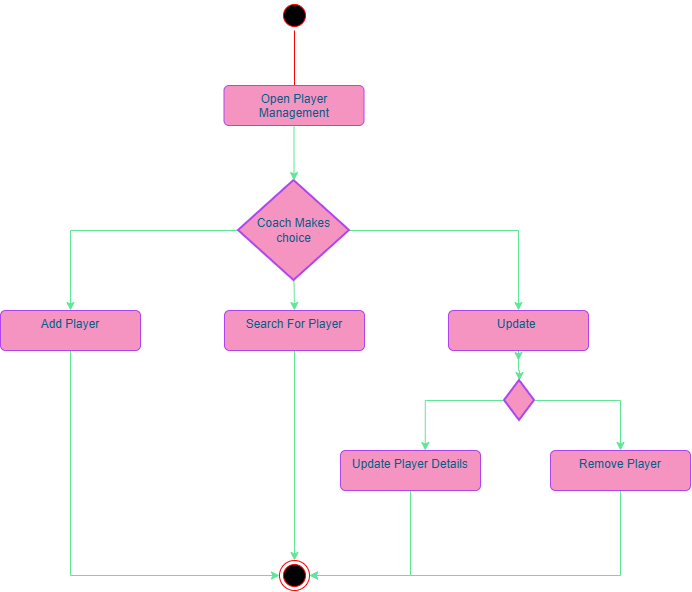
This is documentation/Activity Diagrams/PMActivityDiagramV1.drawio.png from oTino-oo/RugbyIQ, a draw.io export, as it was before one commit. Source tidied: cells renumbered, new cells last; positions are measured from the earlier drawing's top-left corner, leaving out a move shared by most shapes.
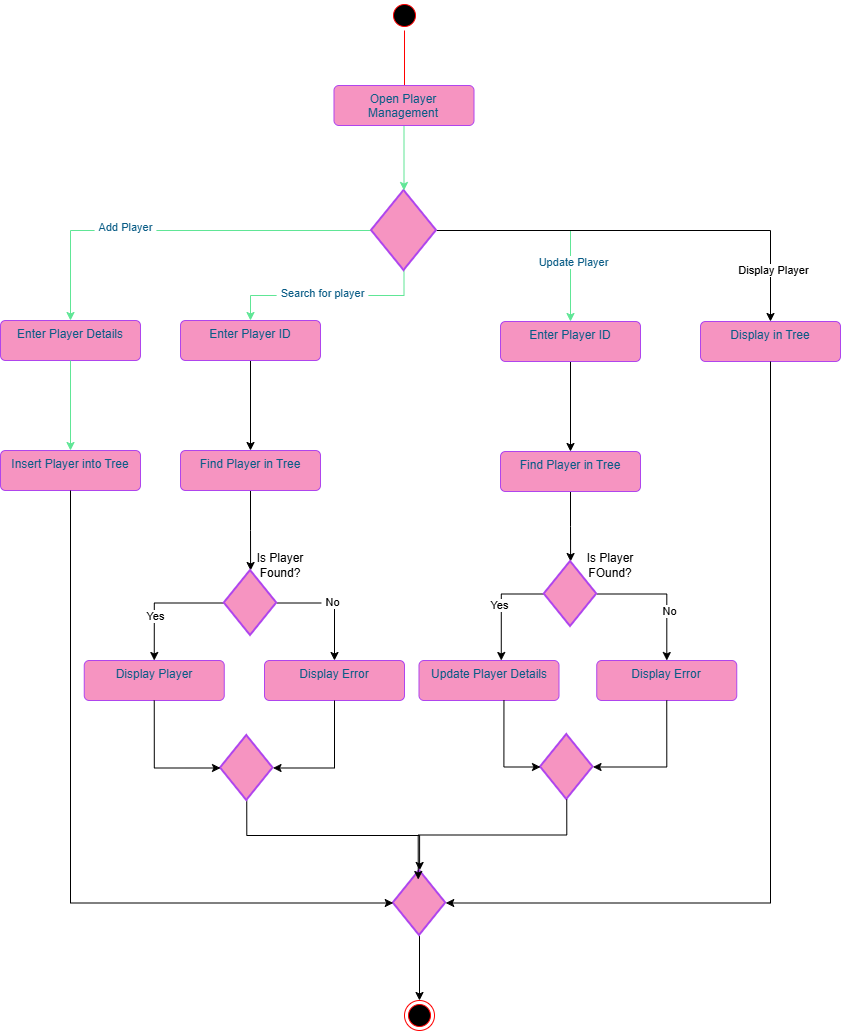
Later version of the same file.

The edit, as a diff of the source:
```diff
@@ -13,49 +13,44 @@
     <mxCell id="4" style="edgeStyle=orthogonalEdgeStyle;rounded=0;jettySize=auto;html=1;exitX=0;exitY=0.5;exitDx=0;exitDy=0;exitPerimeter=0;entryX=0.5;entryY=0;entryDx=0;entryDy=0;strokeColor=#60E696;fontColor=#095C86;defaultLabelBackgroundColor=page;labelPadding=0 4;fillColor=#F694C1;" parent="1" edge="1" source="7" target="15">
       <mxGeometry relative="1" as="geometry" />
     </mxCell>
+    <mxCell id="25" value="Add Player" style="edgeLabel;html=1;align=center;verticalAlign=middle;inheritText=1;fontColor=#095C86;defaultLabelBackgroundColor=page;labelPadding=0 4;" parent="4" vertex="1">
+      <mxGeometry x="0.26" y="-4" relative="1" as="geometry" />
+    </mxCell>
     <mxCell id="5" style="edgeStyle=orthogonalEdgeStyle;rounded=0;jettySize=auto;html=1;exitX=0.5;exitY=1;exitDx=0;exitDy=0;exitPerimeter=0;entryX=0.5;entryY=0;entryDx=0;entryDy=0;strokeColor=#60E696;fontColor=#095C86;defaultLabelBackgroundColor=page;labelPadding=0 4;fillColor=#F694C1;" parent="1" edge="1" source="7" target="9">
       <mxGeometry relative="1" as="geometry" />
     </mxCell>
+    <mxCell id="26" value="Search for player" style="edgeLabel;html=1;align=center;verticalAlign=middle;inheritText=1;fontColor=#095C86;defaultLabelBackgroundColor=page;labelPadding=0 4;" parent="5" vertex="1">
+      <mxGeometry x="0.05" y="-3" relative="1" as="geometry" />
+    </mxCell>
     <mxCell id="6" style="edgeStyle=orthogonalEdgeStyle;rounded=0;jettySize=auto;html=1;exitX=1;exitY=0.5;exitDx=0;exitDy=0;exitPerimeter=0;strokeColor=#60E696;fontColor=#095C86;defaultLabelBackgroundColor=page;labelPadding=0 4;fillColor=#F694C1;" parent="1" edge="1" source="7" target="18">
       <mxGeometry relative="1" as="geometry" />
     </mxCell>
+    <mxCell id="27" value="Update Player" style="edgeLabel;html=1;align=center;verticalAlign=middle;inheritText=1;fontColor=#095C86;defaultLabelBackgroundColor=page;labelPadding=0 4;" parent="6" vertex="1">
+      <mxGeometry x="0.47" y="3" relative="1" as="geometry" />
+    </mxCell>
+    <mxCell id="28" style="edgeStyle=orthogonalEdgeStyle;rounded=0;jettySize=auto;html=1;exitX=1;exitY=0.5;exitDx=0;exitDy=0;exitPerimeter=0;defaultLabelBackgroundColor=page;labelPadding=0 4;" parent="1" edge="1" source="7" target="32">
+      <mxGeometry x="-0.63" relative="1" as="geometry" />
+    </mxCell>
+    <mxCell id="29" value="Display Player" style="edgeLabel;html=1;align=center;verticalAlign=middle;inheritText=1;defaultLabelBackgroundColor=page;labelPadding=0 4;" parent="28" vertex="1">
+      <mxGeometry x="0.75" y="2" relative="1" as="geometry" />
+    </mxCell>
-    <mxCell id="7" value="Coach Makes choice" style="strokeWidth=2;html=1;shape=mxgraph.flowchart.decision;whiteSpace=wrap;strokeColor=#AF45ED;fontColor=#095C86;fillColor=#F694C1;" parent="1" vertex="1">
-      <mxGeometry x="238" y="180" width="111" height="100" as="geometry" />
+    <mxCell id="7" style="strokeWidth=2;html=1;shape=mxgraph.flowchart.decision;whiteSpace=wrap;strokeColor=#AF45ED;fontColor=#095C86;fillColor=#F694C1;" parent="1" vertex="1">
+      <mxGeometry x="261" y="190" width="65" height="80" as="geometry" />
     </mxCell>
-    <mxCell id="8" style="edgeStyle=orthogonalEdgeStyle;rounded=0;jettySize=auto;html=1;exitX=0.5;exitY=1;exitDx=0;exitDy=0;entryX=0.5;entryY=0;entryDx=0;entryDy=0;strokeColor=#60E696;fontColor=#095C86;defaultLabelBackgroundColor=page;labelPadding=0 4;fillColor=#F694C1;" parent="1" edge="1" source="9" target="24">
-      <mxGeometry relative="1" as="geometry" />
-    </mxCell>
+    <mxCell id="30" style="edgeStyle=orthogonalEdgeStyle;rounded=0;jettySize=auto;html=1;exitX=0.5;exitY=1;exitDx=0;exitDy=0;entryX=0.5;entryY=0;entryDx=0;entryDy=0;defaultLabelBackgroundColor=page;labelPadding=0 4;" parent="1" edge="1" source="9" target="36">
+      <mxGeometry relative="1" as="geometry" />
+    </mxCell>
-    <mxCell id="9" value="Search For Player" style="html=1;align=center;verticalAlign=top;rounded=1;absoluteArcSize=1;arcSize=10;dashed=0;whiteSpace=wrap;roundedPerimeter=1;strokeColor=#AF45ED;fontColor=#095C86;fillColor=#F694C1;" parent="1" vertex="1">
-      <mxGeometry x="224" y="310" width="140" height="40" as="geometry" />
+    <mxCell id="9" value="Enter Player ID" style="html=1;align=center;verticalAlign=top;rounded=1;absoluteArcSize=1;arcSize=10;dashed=0;whiteSpace=wrap;roundedPerimeter=1;strokeColor=#AF45ED;fontColor=#095C86;fillColor=#F694C1;" parent="1" vertex="1">
+      <mxGeometry x="70" y="320" width="140" height="40" as="geometry" />
     </mxCell>
-    <mxCell id="10" style="edgeStyle=orthogonalEdgeStyle;rounded=0;jettySize=auto;html=1;exitX=0.5;exitY=1;exitDx=0;exitDy=0;entryX=1;entryY=0.5;entryDx=0;entryDy=0;strokeColor=#60E696;fontColor=#095C86;defaultLabelBackgroundColor=page;labelPadding=0 4;fillColor=#F694C1;" parent="1" edge="1" source="11" target="24">
-      <mxGeometry relative="1" as="geometry" />
-    </mxCell>
-    <mxCell id="11" value="Update Player Details" style="html=1;align=center;verticalAlign=top;rounded=1;absoluteArcSize=1;arcSize=10;dashed=0;whiteSpace=wrap;roundedPerimeter=1;strokeColor=#AF45ED;fontColor=#095C86;fillColor=#F694C1;" parent="1" vertex="1">
-      <mxGeometry x="340" y="450" width="140" height="40" as="geometry" />
-    </mxCell>
-    <mxCell id="12" style="edgeStyle=orthogonalEdgeStyle;rounded=0;jettySize=auto;html=1;exitX=0.5;exitY=1;exitDx=0;exitDy=0;entryX=1;entryY=0.5;entryDx=0;entryDy=0;strokeColor=#60E696;fontColor=#095C86;defaultLabelBackgroundColor=page;labelPadding=0 4;fillColor=#F694C1;" parent="1" edge="1" source="13" target="24">
-      <mxGeometry relative="1" as="geometry" />
-    </mxCell>
-    <mxCell id="13" value="Remove Player" style="html=1;align=center;verticalAlign=top;rounded=1;absoluteArcSize=1;arcSize=10;dashed=0;whiteSpace=wrap;roundedPerimeter=1;strokeColor=#AF45ED;fontColor=#095C86;fillColor=#F694C1;" parent="1" vertex="1">
-      <mxGeometry x="550" y="450" width="140" height="40" as="geometry" />
-    </mxCell>
-    <mxCell id="14" style="edgeStyle=orthogonalEdgeStyle;rounded=0;jettySize=auto;html=1;exitX=0.5;exitY=1;exitDx=0;exitDy=0;entryX=0;entryY=0.5;entryDx=0;entryDy=0;strokeColor=#60E696;fontColor=#095C86;defaultLabelBackgroundColor=page;labelPadding=0 4;fillColor=#F694C1;" parent="1" edge="1" source="15" target="24">
-      <mxGeometry relative="1" as="geometry" />
-    </mxCell>
-    <mxCell id="15" value="Add Player" style="html=1;align=center;verticalAlign=top;rounded=1;absoluteArcSize=1;arcSize=10;dashed=0;whiteSpace=wrap;roundedPerimeter=1;strokeColor=#AF45ED;fontColor=#095C86;fillColor=#F694C1;" parent="1" vertex="1">
-      <mxGeometry y="310" width="140" height="40" as="geometry" />
+    <mxCell id="15" value="Enter Player Details" style="html=1;align=center;verticalAlign=top;rounded=1;absoluteArcSize=1;arcSize=10;dashed=0;whiteSpace=wrap;roundedPerimeter=1;strokeColor=#AF45ED;fontColor=#095C86;fillColor=#F694C1;" parent="1" vertex="1">
+      <mxGeometry x="-110" y="320" width="140" height="40" as="geometry" />
     </mxCell>
-    <mxCell id="16" style="edgeStyle=orthogonalEdgeStyle;rounded=0;jettySize=auto;html=1;exitX=0.5;exitY=1;exitDx=0;exitDy=0;strokeColor=#60E696;fontColor=#095C86;defaultLabelBackgroundColor=page;labelPadding=0 4;fillColor=#F694C1;" parent="1" edge="1" source="18">
-      <mxGeometry relative="1" as="geometry">
-        <mxPoint x="518" y="360" as="targetPoint" />
-      </mxGeometry>
-    </mxCell>
-    <mxCell id="17" style="edgeStyle=orthogonalEdgeStyle;rounded=0;jettySize=auto;html=1;exitX=0.5;exitY=1;exitDx=0;exitDy=0;strokeColor=#60E696;fontColor=#095C86;defaultLabelBackgroundColor=page;labelPadding=0 4;fillColor=#F694C1;" parent="1" edge="1" source="18" target="23">
-      <mxGeometry relative="1" as="geometry" />
-    </mxCell>
+    <mxCell id="31" style="edgeStyle=orthogonalEdgeStyle;rounded=0;jettySize=auto;html=1;exitX=0.5;exitY=1;exitDx=0;exitDy=0;entryX=0.5;entryY=0;entryDx=0;entryDy=0;defaultLabelBackgroundColor=page;labelPadding=0 4;" parent="1" edge="1" source="18" target="49">
+      <mxGeometry relative="1" as="geometry" />
+    </mxCell>
-    <mxCell id="18" value="Update&amp;nbsp;" style="html=1;align=center;verticalAlign=top;rounded=1;absoluteArcSize=1;arcSize=10;dashed=0;whiteSpace=wrap;roundedPerimeter=1;strokeColor=#AF45ED;fontColor=#095C86;fillColor=#F694C1;" parent="1" vertex="1">
-      <mxGeometry x="448" y="310" width="140" height="40" as="geometry" />
+    <mxCell id="18" value="Enter Player ID" style="html=1;align=center;verticalAlign=top;rounded=1;absoluteArcSize=1;arcSize=10;dashed=0;whiteSpace=wrap;roundedPerimeter=1;strokeColor=#AF45ED;fontColor=#095C86;fillColor=#F694C1;" parent="1" vertex="1">
+      <mxGeometry x="390" y="321" width="140" height="40" as="geometry" />
     </mxCell>
     <mxCell id="19" style="edgeStyle=orthogonalEdgeStyle;rounded=0;jettySize=auto;html=1;exitX=0.5;exitY=1;exitDx=0;exitDy=0;strokeColor=#60E696;fontColor=#095C86;defaultLabelBackgroundColor=page;labelPadding=0 4;fillColor=#F694C1;" parent="1" edge="1" source="20" target="7">
       <mxGeometry relative="1" as="geometry" />
@@ -63,17 +58,113 @@
     <mxCell id="20" value="Open Player Management" style="html=1;align=center;verticalAlign=top;rounded=1;absoluteArcSize=1;arcSize=10;dashed=0;whiteSpace=wrap;roundedPerimeter=1;strokeColor=#AF45ED;fontColor=#095C86;fillColor=#F694C1;" parent="1" vertex="1">
       <mxGeometry x="223.5" y="85" width="140" height="40" as="geometry" />
     </mxCell>
-    <mxCell id="21" style="edgeStyle=orthogonalEdgeStyle;rounded=0;jettySize=auto;html=1;exitX=0;exitY=0.5;exitDx=0;exitDy=0;exitPerimeter=0;entryX=0.597;entryY=0.04;entryDx=0;entryDy=0;strokeColor=#60E696;fontColor=#095C86;defaultLabelBackgroundColor=page;labelPadding=0 4;fillColor=#F694C1;" parent="1" edge="1" source="23" target="11">
-      <mxGeometry relative="1" as="geometry" />
-    </mxCell>
-    <mxCell id="22" style="edgeStyle=orthogonalEdgeStyle;rounded=0;jettySize=auto;html=1;exitX=1;exitY=0.5;exitDx=0;exitDy=0;exitPerimeter=0;strokeColor=#60E696;fontColor=#095C86;defaultLabelBackgroundColor=page;labelPadding=0 4;fillColor=#F694C1;" parent="1" edge="1" source="23" target="13">
-      <mxGeometry relative="1" as="geometry" />
-    </mxCell>
-    <mxCell id="23" style="strokeWidth=2;html=1;shape=mxgraph.flowchart.decision;whiteSpace=wrap;strokeColor=#AF45ED;fontColor=#095C86;fillColor=#F694C1;" parent="1" vertex="1">
-      <mxGeometry x="504" y="380" width="30" height="40" as="geometry" />
-    </mxCell>
     <mxCell id="24" style="ellipse;html=1;shape=endState;fillColor=#000000;strokeColor=#ff0000;fontColor=#095C86;" parent="1" vertex="1">
-      <mxGeometry x="279" y="560" width="30" height="30" as="geometry" />
+      <mxGeometry x="294" y="1000" width="30" height="30" as="geometry" />
     </mxCell>
+    <mxCell id="32" value="Display in Tree" style="html=1;align=center;verticalAlign=top;rounded=1;absoluteArcSize=1;arcSize=10;dashed=0;whiteSpace=wrap;roundedPerimeter=1;strokeColor=#AF45ED;fontColor=#095C86;fillColor=#F694C1;" parent="1" vertex="1">
+      <mxGeometry x="590" y="321" width="140" height="40" as="geometry" />
+    </mxCell>
+    <mxCell id="33" style="edgeStyle=orthogonalEdgeStyle;rounded=0;jettySize=auto;html=1;exitX=0.5;exitY=1;exitDx=0;exitDy=0;strokeColor=#60E696;fontColor=#095C86;defaultLabelBackgroundColor=page;labelPadding=0 4;fillColor=#F694C1;" parent="1" edge="1" source="15" target="34">
+      <mxGeometry relative="1" as="geometry" />
+    </mxCell>
+    <mxCell id="34" value="Insert Player into Tree" style="html=1;align=center;verticalAlign=top;rounded=1;absoluteArcSize=1;arcSize=10;dashed=0;whiteSpace=wrap;roundedPerimeter=1;strokeColor=#AF45ED;fontColor=#095C86;fillColor=#F694C1;" parent="1" vertex="1">
+      <mxGeometry x="-110" y="450" width="140" height="40" as="geometry" />
+    </mxCell>
+    <mxCell id="35" style="edgeStyle=orthogonalEdgeStyle;rounded=0;jettySize=auto;html=1;defaultLabelBackgroundColor=page;labelPadding=0 4;" parent="1" edge="1" source="36" target="41">
+      <mxGeometry relative="1" as="geometry" />
+    </mxCell>
+    <mxCell id="36" value="Find Player in Tree" style="html=1;align=center;verticalAlign=top;rounded=1;absoluteArcSize=1;arcSize=10;dashed=0;whiteSpace=wrap;roundedPerimeter=1;strokeColor=#AF45ED;fontColor=#095C86;fillColor=#F694C1;" parent="1" vertex="1">
+      <mxGeometry x="70" y="450" width="140" height="40" as="geometry" />
+    </mxCell>
+    <mxCell id="37" style="edgeStyle=orthogonalEdgeStyle;rounded=0;jettySize=auto;html=1;exitX=0;exitY=0.5;exitDx=0;exitDy=0;exitPerimeter=0;entryX=0.5;entryY=0;entryDx=0;entryDy=0;defaultLabelBackgroundColor=page;labelPadding=0 4;" parent="1" edge="1" source="41" target="42">
+      <mxGeometry relative="1" as="geometry" />
+    </mxCell>
+    <mxCell id="38" value="Yes" style="edgeLabel;html=1;align=center;verticalAlign=middle;inheritText=1;defaultLabelBackgroundColor=page;labelPadding=0 4;" parent="37" vertex="1">
+      <mxGeometry x="0.31" y="1" relative="1" as="geometry" />
+    </mxCell>
+    <mxCell id="39" style="edgeStyle=orthogonalEdgeStyle;rounded=0;jettySize=auto;html=1;exitX=1;exitY=0.5;exitDx=0;exitDy=0;exitPerimeter=0;entryX=0.5;entryY=0;entryDx=0;entryDy=0;defaultLabelBackgroundColor=page;labelPadding=0 4;" parent="1" edge="1" source="41" target="43">
+      <mxGeometry relative="1" as="geometry" />
+    </mxCell>
+    <mxCell id="40" value="No" style="edgeLabel;html=1;align=center;verticalAlign=middle;inheritText=1;defaultLabelBackgroundColor=page;labelPadding=0 4;" parent="39" vertex="1">
+      <mxGeometry x="-0.04" y="1" relative="1" as="geometry" />
+    </mxCell>
+    <mxCell id="41" style="strokeWidth=2;html=1;shape=mxgraph.flowchart.decision;whiteSpace=wrap;strokeColor=#AF45ED;fontColor=#095C86;fillColor=#F694C1;" parent="1" vertex="1">
+      <mxGeometry x="113.8" y="570" width="52.5" height="65" as="geometry" />
+    </mxCell>
+    <mxCell id="42" value="Display Player" style="html=1;align=center;verticalAlign=top;rounded=1;absoluteArcSize=1;arcSize=10;dashed=0;whiteSpace=wrap;roundedPerimeter=1;strokeColor=#AF45ED;fontColor=#095C86;fillColor=#F694C1;" parent="1" vertex="1">
+      <mxGeometry x="-26.2" y="660" width="140" height="40" as="geometry" />
+    </mxCell>
+    <mxCell id="43" value="Display Error" style="html=1;align=center;verticalAlign=top;rounded=1;absoluteArcSize=1;arcSize=10;dashed=0;whiteSpace=wrap;roundedPerimeter=1;strokeColor=#AF45ED;fontColor=#095C86;fillColor=#F694C1;" parent="1" vertex="1">
+      <mxGeometry x="154" y="660" width="140" height="40" as="geometry" />
+    </mxCell>
+    <mxCell id="44" style="edgeStyle=orthogonalEdgeStyle;rounded=0;jettySize=auto;html=1;exitX=0.5;exitY=1;exitDx=0;exitDy=0;exitPerimeter=0;defaultLabelBackgroundColor=page;labelPadding=0 4;" parent="1" edge="1" source="45" target="62">
+      <mxGeometry relative="1" as="geometry" />
+    </mxCell>
+    <mxCell id="45" style="strokeWidth=2;html=1;shape=mxgraph.flowchart.decision;whiteSpace=wrap;strokeColor=#AF45ED;fontColor=#095C86;fillColor=#F694C1;" parent="1" vertex="1">
+      <mxGeometry x="110" y="735" width="52.5" height="65" as="geometry" />
+    </mxCell>
+    <mxCell id="46" style="edgeStyle=orthogonalEdgeStyle;rounded=0;jettySize=auto;html=1;exitX=0.5;exitY=1;exitDx=0;exitDy=0;entryX=0;entryY=0.5;entryDx=0;entryDy=0;entryPerimeter=0;defaultLabelBackgroundColor=page;labelPadding=0 4;" parent="1" edge="1" source="42" target="45">
+      <mxGeometry relative="1" as="geometry" />
+    </mxCell>
+    <mxCell id="47" style="edgeStyle=orthogonalEdgeStyle;rounded=0;jettySize=auto;html=1;exitX=0.5;exitY=1;exitDx=0;exitDy=0;entryX=1;entryY=0.5;entryDx=0;entryDy=0;entryPerimeter=0;defaultLabelBackgroundColor=page;labelPadding=0 4;" parent="1" edge="1" source="43" target="45">
+      <mxGeometry relative="1" as="geometry" />
+    </mxCell>
+    <mxCell id="48" style="edgeStyle=orthogonalEdgeStyle;rounded=0;jettySize=auto;html=1;defaultLabelBackgroundColor=page;labelPadding=0 4;" parent="1" edge="1" source="49" target="54">
+      <mxGeometry relative="1" as="geometry" />
+    </mxCell>
+    <mxCell id="49" value="Find Player in Tree" style="html=1;align=center;verticalAlign=top;rounded=1;absoluteArcSize=1;arcSize=10;dashed=0;whiteSpace=wrap;roundedPerimeter=1;strokeColor=#AF45ED;fontColor=#095C86;fillColor=#F694C1;" parent="1" vertex="1">
+      <mxGeometry x="390" y="451" width="140" height="40" as="geometry" />
+    </mxCell>
+    <mxCell id="50" style="edgeStyle=orthogonalEdgeStyle;rounded=0;jettySize=auto;html=1;exitX=1;exitY=0.5;exitDx=0;exitDy=0;exitPerimeter=0;defaultLabelBackgroundColor=page;labelPadding=0 4;" parent="1" edge="1" source="54" target="55">
+      <mxGeometry relative="1" as="geometry" />
+    </mxCell>
+    <mxCell id="51" value="No" style="edgeLabel;html=1;align=center;verticalAlign=middle;inheritText=1;defaultLabelBackgroundColor=page;labelPadding=0 4;" parent="50" vertex="1">
+      <mxGeometry x="0.27" y="2" relative="1" as="geometry" />
+    </mxCell>
+    <mxCell id="52" style="edgeStyle=orthogonalEdgeStyle;rounded=0;jettySize=auto;html=1;exitX=0;exitY=0.5;exitDx=0;exitDy=0;exitPerimeter=0;entryX=0.585;entryY=0.015;entryDx=0;entryDy=0;defaultLabelBackgroundColor=page;labelPadding=0 4;" parent="1" edge="1" source="54" target="11">
+      <mxGeometry relative="1" as="geometry" />
+    </mxCell>
+    <mxCell id="53" value="Yes" style="edgeLabel;html=1;align=center;verticalAlign=middle;inheritText=1;defaultLabelBackgroundColor=page;labelPadding=0 4;" parent="52" vertex="1">
+      <mxGeometry x="-0.01" y="-2" relative="1" as="geometry" />
+    </mxCell>
+    <mxCell id="54" style="strokeWidth=2;html=1;shape=mxgraph.flowchart.decision;whiteSpace=wrap;strokeColor=#AF45ED;fontColor=#095C86;fillColor=#F694C1;" parent="1" vertex="1">
+      <mxGeometry x="433.8" y="561" width="52.5" height="65" as="geometry" />
+    </mxCell>
+    <mxCell id="55" value="Display Error" style="html=1;align=center;verticalAlign=top;rounded=1;absoluteArcSize=1;arcSize=10;dashed=0;whiteSpace=wrap;roundedPerimeter=1;strokeColor=#AF45ED;fontColor=#095C86;fillColor=#F694C1;" parent="1" vertex="1">
+      <mxGeometry x="486.2" y="660" width="140" height="40" as="geometry" />
+    </mxCell>
+    <mxCell id="56" style="strokeWidth=2;html=1;shape=mxgraph.flowchart.decision;whiteSpace=wrap;strokeColor=#AF45ED;fontColor=#095C86;fillColor=#F694C1;" parent="1" vertex="1">
+      <mxGeometry x="430" y="734" width="52.5" height="65" as="geometry" />
+    </mxCell>
+    <mxCell id="57" style="edgeStyle=orthogonalEdgeStyle;rounded=0;jettySize=auto;html=1;exitX=0.5;exitY=1;exitDx=0;exitDy=0;entryX=1;entryY=0.5;entryDx=0;entryDy=0;entryPerimeter=0;defaultLabelBackgroundColor=page;labelPadding=0 4;" parent="1" edge="1" source="55" target="56">
+      <mxGeometry relative="1" as="geometry" />
+    </mxCell>
+    <mxCell id="11" value="Update Player Details" style="html=1;align=center;verticalAlign=top;rounded=1;absoluteArcSize=1;arcSize=10;dashed=0;whiteSpace=wrap;roundedPerimeter=1;strokeColor=#AF45ED;fontColor=#095C86;fillColor=#F694C1;" parent="1" vertex="1">
+      <mxGeometry x="308.5" y="660" width="140" height="40" as="geometry" />
+    </mxCell>
+    <mxCell id="58" style="edgeStyle=orthogonalEdgeStyle;rounded=0;jettySize=auto;html=1;exitX=0.598;exitY=0.959;exitDx=0;exitDy=0;entryX=0;entryY=0.5;entryDx=0;entryDy=0;entryPerimeter=0;defaultLabelBackgroundColor=page;labelPadding=0 4;" parent="1" edge="1" source="11" target="56">
+      <mxGeometry relative="1" as="geometry" />
+    </mxCell>
+    <mxCell id="59" value="Is Player Found?" style="text;html=1;whiteSpace=wrap;strokeColor=none;fillColor=none;align=center;verticalAlign=middle;rounded=0;" parent="1" vertex="1">
+      <mxGeometry x="140" y="550" width="60" height="30" as="geometry" />
+    </mxCell>
+    <mxCell id="60" value="Is Player FOund?" style="text;html=1;whiteSpace=wrap;strokeColor=none;fillColor=none;align=center;verticalAlign=middle;rounded=0;" parent="1" vertex="1">
+      <mxGeometry x="470" y="550" width="60" height="30" as="geometry" />
+    </mxCell>
+    <mxCell id="61" style="edgeStyle=orthogonalEdgeStyle;rounded=0;jettySize=auto;html=1;exitX=0.5;exitY=1;exitDx=0;exitDy=0;exitPerimeter=0;entryX=0.5;entryY=0;entryDx=0;entryDy=0;defaultLabelBackgroundColor=page;labelPadding=0 4;" parent="1" edge="1" source="62" target="24">
+      <mxGeometry relative="1" as="geometry" />
+    </mxCell>
+    <mxCell id="62" style="strokeWidth=2;html=1;shape=mxgraph.flowchart.decision;whiteSpace=wrap;strokeColor=#AF45ED;fontColor=#095C86;fillColor=#F694C1;" parent="1" vertex="1">
+      <mxGeometry x="282.8" y="870" width="52.5" height="65" as="geometry" />
+    </mxCell>
+    <mxCell id="63" style="edgeStyle=orthogonalEdgeStyle;rounded=0;jettySize=auto;html=1;exitX=0.5;exitY=1;exitDx=0;exitDy=0;exitPerimeter=0;entryX=0.476;entryY=0.139;entryDx=0;entryDy=0;entryPerimeter=0;defaultLabelBackgroundColor=page;labelPadding=0 4;" parent="1" edge="1" source="56" target="62">
+      <mxGeometry relative="1" as="geometry" />
+    </mxCell>
+    <mxCell id="64" style="edgeStyle=orthogonalEdgeStyle;rounded=0;jettySize=auto;html=1;exitX=0.5;exitY=1;exitDx=0;exitDy=0;entryX=0;entryY=0.5;entryDx=0;entryDy=0;entryPerimeter=0;defaultLabelBackgroundColor=page;labelPadding=0 4;" parent="1" edge="1" source="34" target="62">
+      <mxGeometry relative="1" as="geometry" />
+    </mxCell>
+    <mxCell id="65" style="edgeStyle=orthogonalEdgeStyle;rounded=0;jettySize=auto;html=1;exitX=0.5;exitY=1;exitDx=0;exitDy=0;entryX=1;entryY=0.5;entryDx=0;entryDy=0;entryPerimeter=0;defaultLabelBackgroundColor=page;labelPadding=0 4;" parent="1" edge="1" source="32" target="62">
+      <mxGeometry relative="1" as="geometry" />
+    </mxCell>
   </root>
 </mxGraphModel>
```
